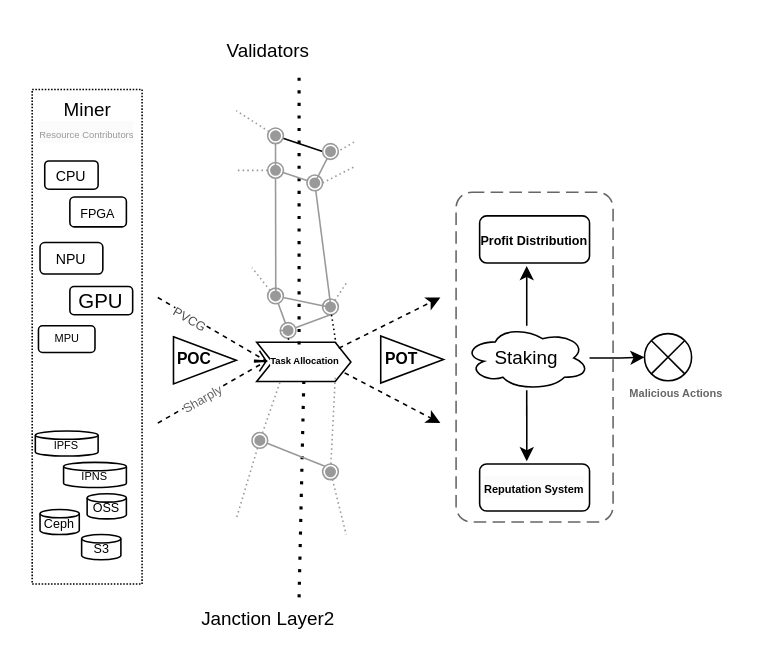
The draw.io diagram por.drawio in Janction-R-D/janction-docs, before the edit. Source tidied: cells renumbered, new cells numbered last; positions are measured from the earlier drawing's top-left corner, leaving out a move shared by most shapes. Both pictures are drawn from the tidied source at 157%, with x=0, y=0 at pixel (31, 27).
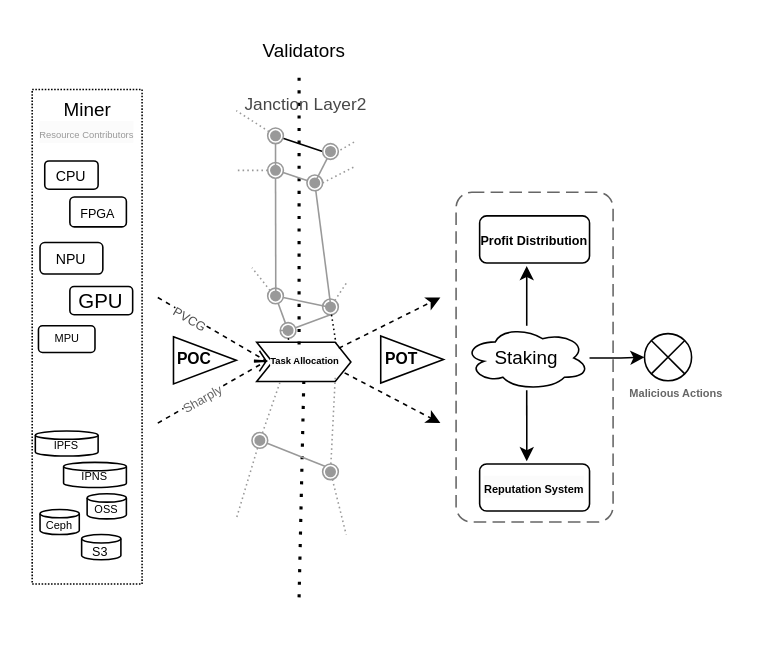
After the change.

The edit, as a diff of the source:
```diff
@@
-    <mxCell id="17" value="&lt;font style=&quot;font-size: 8px;&quot;&gt;Ceph&lt;/font&gt;" style="strokeWidth=1;html=1;shape=mxgraph.flowchart.database;whiteSpace=wrap;" parent="1" vertex="1">
+    <mxCell id="17" style="strokeWidth=1;html=1;shape=mxgraph.flowchart.database;whiteSpace=wrap;" parent="1" vertex="1">
       <mxGeometry x="5" y="307" width="25" height="16" as="geometry" />
     </mxCell>
@@
-    <mxCell id="21" value="&lt;font style=&quot;font-size: 8px;&quot;&gt;OSS&lt;/font&gt;" style="text;html=1;align=center;verticalAlign=middle;strokeColor=none;fillColor=none;" parent="1" vertex="1">
-      <mxGeometry x="26.5" y="290" width="40" height="30" as="geometry" />
-    </mxCell>
-    <mxCell id="22" value="&lt;font style=&quot;font-size: 8px;&quot;&gt;S3&lt;/font&gt;" style="text;html=1;align=center;verticalAlign=middle;strokeColor=none;fillColor=none;" parent="1" vertex="1">
-      <mxGeometry x="29" y="316" width="30" height="30" as="geometry" />
-    </mxCell>
@@
-    <mxCell id="24" value="Janction Layer2" style="text;html=1;align=center;verticalAlign=middle;strokeColor=none;fillColor=none;" parent="1" vertex="1">
-      <mxGeometry x="95" y="362" width="110" height="30" as="geometry" />
+    <mxCell id="24" value="&lt;font color=&quot;#474747&quot; style=&quot;font-size: 11px;&quot;&gt;Janction Layer2&lt;/font&gt;" style="text;html=1;align=center;verticalAlign=middle;strokeColor=none;fillColor=none;" parent="1" vertex="1">
+      <mxGeometry x="124" y="34" width="100" height="30" as="geometry" />
     </mxCell>
@@
     <mxCell id="53" value="Validators" style="text;html=1;align=center;verticalAlign=middle;strokeColor=none;fillColor=none;" parent="1" vertex="1">
-      <mxGeometry x="110" width="80" height="30" as="geometry" />
+      <mxGeometry x="133" width="80" height="30" as="geometry" />
     </mxCell>
@@
+    <mxCell id="21" value="&lt;font style=&quot;font-size: 7px;&quot;&gt;OSS&lt;/font&gt;" style="text;html=1;align=center;verticalAlign=middle;strokeColor=none;fillColor=none;" parent="1" vertex="1">
+      <mxGeometry x="26.5" y="291" width="40" height="30" as="geometry" />
+    </mxCell>
+    <mxCell id="22" value="&lt;span style=&quot;font-size: 8px;&quot;&gt;S3&lt;/span&gt;" style="text;html=1;align=center;verticalAlign=middle;strokeColor=none;fillColor=none;" parent="1" vertex="1">
+      <mxGeometry x="28" y="318" width="30" height="30" as="geometry" />
+    </mxCell>
+    <mxCell id="75" value="&lt;span style=&quot;text-wrap-mode: wrap;&quot;&gt;&lt;font style=&quot;font-size: 7px;&quot;&gt;Ceph&lt;/font&gt;&lt;/span&gt;" style="text;html=1;align=center;verticalAlign=middle;strokeColor=none;fillColor=none;" parent="1" vertex="1">
+      <mxGeometry x="-3.5" y="301" width="40" height="30" as="geometry" />
+    </mxCell>
```
